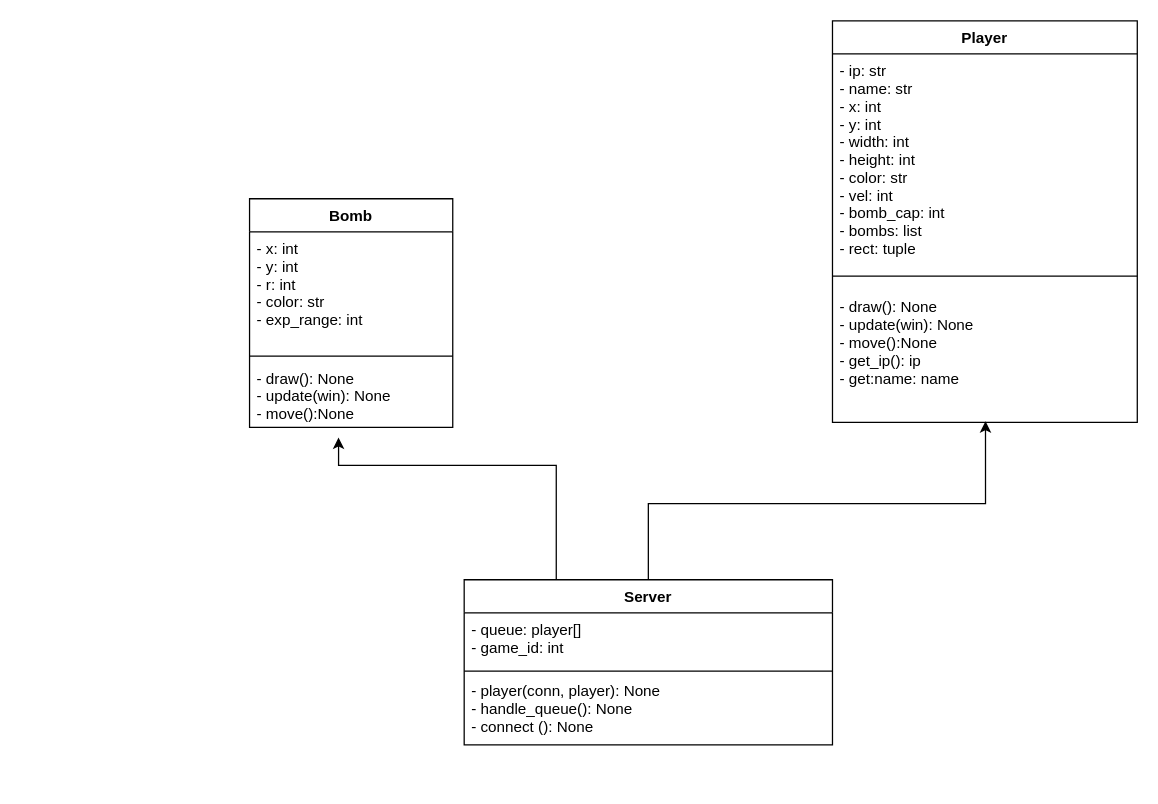
Truntaler/TM-Project keeps this draw.io diagram as .drawio. Above is the earlier version. Source tidied: cells renumbered, new cells numbered last; positions are measured from the earlier drawing's top-left corner, leaving out a move shared by most shapes. Both pictures are drawn from the tidied source at 127%, with x=0, y=0 at pixel (249, 20).
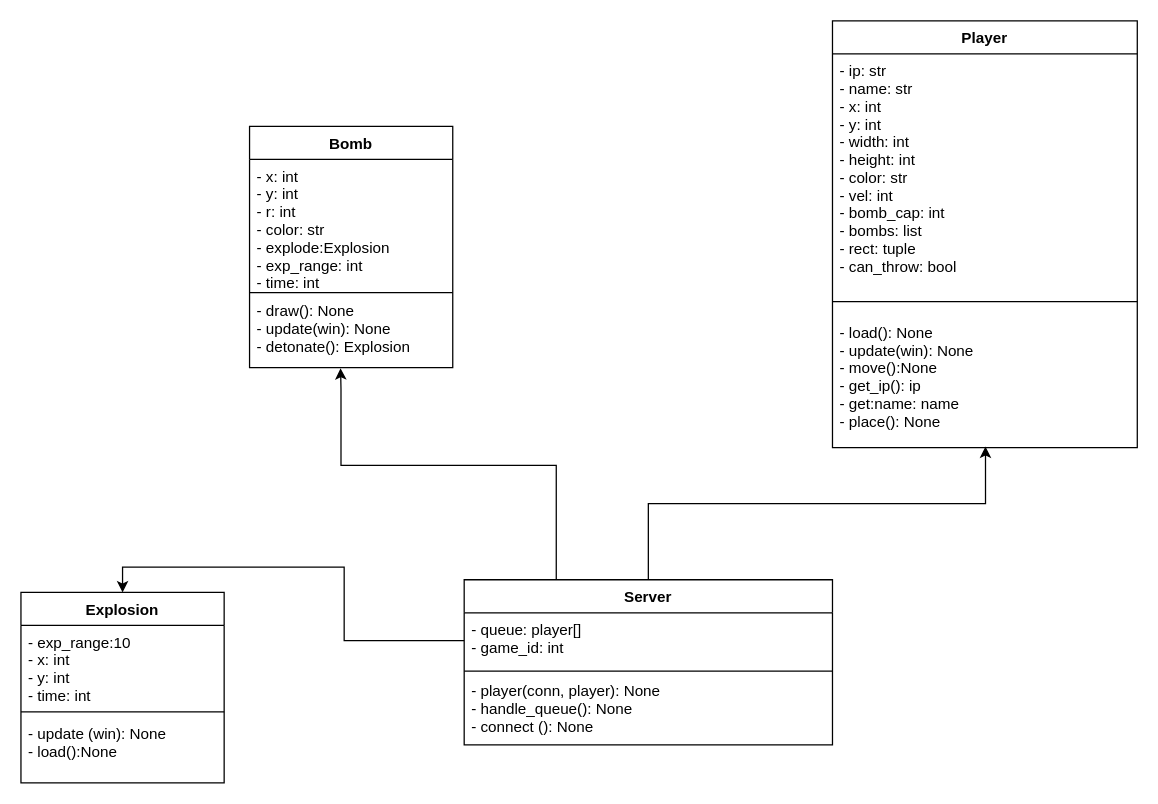
The same page after the edit.

Unchanged cells that the change refers to:
```xml
<mxCell id="4" value="Server" style="swimlane;fontStyle=1;align=center;verticalAlign=top;horizontal=1;startSize=26;" parent="1" vertex="1">
  <mxGeometry x="169" y="440" width="290" height="130" as="geometry" />
</mxCell>
<mxCell id="5" value="- queue: player[]&#10;- game_id: int" style="text;strokeColor=none;fillColor=none;align=left;verticalAlign=top;spacingLeft=4;spacingRight=4;overflow=hidden;points=[[0,0.5],[1,0.5]];portConstraint=eastwest;" parent="4" vertex="1">
  <mxGeometry y="26" width="290" height="44" as="geometry" />
</mxCell>
```

The edit, as a diff of the source:
```diff
@@
-    <mxCell id="3" style="edgeStyle=orthogonalEdgeStyle;rounded=0;jettySize=auto;html=1;exitX=0.25;exitY=0;exitDx=0;exitDy=0;entryX=0.438;entryY=1.154;entryDx=0;entryDy=0;entryPerimeter=0;" parent="1" edge="1" source="4" target="16">
+    <mxCell id="3" style="edgeStyle=orthogonalEdgeStyle;rounded=0;jettySize=auto;html=1;exitX=0.25;exitY=0;exitDx=0;exitDy=0;entryX=0.448;entryY=1.008;entryDx=0;entryDy=0;entryPerimeter=0;" parent="1" edge="1" source="4" target="16">
       <mxGeometry relative="1" as="geometry">
         <Array as="points">
           <mxPoint x="242" y="350" />
-          <mxPoint x="70" y="350" />
+          <mxPoint x="72" y="350" />
+          <mxPoint x="72" y="290" />
         </Array>
       </mxGeometry>
     </mxCell>
@@
     <mxCell id="9" value="Player" style="swimlane;fontStyle=1;align=center;verticalAlign=top;horizontal=1;startSize=26;" parent="1" vertex="1">
-      <mxGeometry x="459" width="240" height="316" as="geometry" />
+      <mxGeometry x="459" width="240" height="336" as="geometry" />
     </mxCell>
-    <mxCell id="10" value="- ip: str&#10;- name: str &#10;- x: int&#10;- y: int&#10;- width: int&#10;- height: int&#10;- color: str&#10;- vel: int&#10;- bomb_cap: int&#10;- bombs: list&#10;- rect: tuple&#10;&#10;&#10;" style="text;strokeColor=none;fillColor=none;align=left;verticalAlign=top;spacingLeft=4;spacingRight=4;overflow=hidden;" parent="9" vertex="1">
-      <mxGeometry y="26" width="240" height="164" as="geometry" />
+    <mxCell id="10" value="- ip: str&#10;- name: str &#10;- x: int&#10;- y: int&#10;- width: int&#10;- height: int&#10;- color: str&#10;- vel: int&#10;- bomb_cap: int&#10;- bombs: list&#10;- rect: tuple&#10;- can_throw: bool&#10;&#10;" style="text;strokeColor=none;fillColor=none;align=left;verticalAlign=top;spacingLeft=4;spacingRight=4;overflow=hidden;" parent="9" vertex="1">
+      <mxGeometry y="26" width="240" height="184" as="geometry" />
     </mxCell>
     <mxCell id="11" style="line;strokeWidth=1;fillColor=none;align=left;verticalAlign=middle;spacingTop=-1;spacingLeft=3;spacingRight=3;labelPosition=right;" parent="9" vertex="1">
-      <mxGeometry y="190" width="240" height="22" as="geometry" />
+      <mxGeometry y="210" width="240" height="22" as="geometry" />
     </mxCell>
-    <mxCell id="12" value="- draw(): None&#10;- update(win): None&#10;- move():None&#10;- get_ip(): ip&#10;- get:name: name" style="text;strokeColor=none;fillColor=none;align=left;verticalAlign=top;spacingLeft=4;spacingRight=4;overflow=hidden;points=[[0,0.5],[1,0.5]];portConstraint=eastwest;" parent="9" vertex="1">
-      <mxGeometry y="212" width="240" height="104" as="geometry" />
+    <mxCell id="12" value="- load(): None&#10;- update(win): None&#10;- move():None&#10;- get_ip(): ip&#10;- get:name: name&#10;- place(): None" style="text;strokeColor=none;fillColor=none;align=left;verticalAlign=top;spacingLeft=4;spacingRight=4;overflow=hidden;points=[[0,0.5],[1,0.5]];portConstraint=eastwest;" parent="9" vertex="1">
+      <mxGeometry y="232" width="240" height="104" as="geometry" />
     </mxCell>
     <mxCell id="13" value="Bomb" style="swimlane;fontStyle=1;align=center;verticalAlign=top;horizontal=1;startSize=26;" parent="1" vertex="1">
-      <mxGeometry y="140" width="160" height="180" as="geometry" />
+      <mxGeometry y="83" width="160" height="190" as="geometry" />
     </mxCell>
-    <mxCell id="14" value="- x: int&#10;- y: int&#10;- r: int&#10;- color: str&#10;- exp_range: int&#10;&#10;" style="text;strokeColor=none;fillColor=none;align=left;verticalAlign=top;spacingLeft=4;spacingRight=4;overflow=hidden;" parent="13" vertex="1">
-      <mxGeometry y="26" width="160" height="94" as="geometry" />
+    <mxCell id="14" value="- x: int&#10;- y: int&#10;- r: int&#10;- color: str&#10;- explode:Explosion&#10;- exp_range: int&#10;- time: int" style="text;strokeColor=none;fillColor=none;align=left;verticalAlign=top;spacingLeft=4;spacingRight=4;overflow=hidden;" parent="13" vertex="1">
+      <mxGeometry y="26" width="160" height="104" as="geometry" />
     </mxCell>
     <mxCell id="15" style="line;strokeWidth=1;fillColor=none;align=left;verticalAlign=middle;spacingTop=-1;spacingLeft=3;spacingRight=3;labelPosition=right;" parent="13" vertex="1">
-      <mxGeometry y="120" width="160" height="8" as="geometry" />
+      <mxGeometry y="130" width="160" height="2" as="geometry" />
     </mxCell>
-    <mxCell id="16" value="- draw(): None&#10;- update(win): None&#10;- move():None" style="text;strokeColor=none;fillColor=none;align=left;verticalAlign=top;spacingLeft=4;spacingRight=4;overflow=hidden;points=[[0,0.5],[1,0.5]];portConstraint=eastwest;" parent="13" vertex="1">
-      <mxGeometry y="128" width="160" height="52" as="geometry" />
+    <mxCell id="16" value="- draw(): None&#10;- update(win): None&#10;- detonate(): Explosion" style="text;strokeColor=none;fillColor=none;align=left;verticalAlign=top;spacingLeft=4;spacingRight=4;overflow=hidden;points=[[0,0.5],[1,0.5]];portConstraint=eastwest;" parent="13" vertex="1">
+      <mxGeometry y="132" width="160" height="58" as="geometry" />
     </mxCell>
+    <mxCell id="17" value="Explosion" style="swimlane;fontStyle=1;align=center;verticalAlign=top;horizontal=1;startSize=26;" parent="1" vertex="1">
+      <mxGeometry x="-180" y="450" width="160" height="150" as="geometry" />
+    </mxCell>
+    <mxCell id="18" value="- exp_range:10 &#10;- x: int&#10;- y: int&#10;- time: int" style="text;strokeColor=none;fillColor=none;align=left;verticalAlign=top;spacingLeft=4;spacingRight=4;overflow=hidden;" parent="17" vertex="1">
+      <mxGeometry y="26" width="160" height="64" as="geometry" />
+    </mxCell>
+    <mxCell id="19" style="line;strokeWidth=1;fillColor=none;align=left;verticalAlign=middle;spacingTop=-1;spacingLeft=3;spacingRight=3;labelPosition=right;" parent="17" vertex="1">
+      <mxGeometry y="90" width="160" height="8" as="geometry" />
+    </mxCell>
+    <mxCell id="20" value="- update (win): None&#10;- load():None" style="text;strokeColor=none;fillColor=none;align=left;verticalAlign=top;spacingLeft=4;spacingRight=4;overflow=hidden;" parent="17" vertex="1">
+      <mxGeometry y="98" width="160" height="52" as="geometry" />
+    </mxCell>
+    <mxCell id="21" style="edgeStyle=orthogonalEdgeStyle;rounded=0;jettySize=auto;html=1;exitX=0;exitY=0.5;exitDx=0;exitDy=0;entryX=0.5;entryY=0;entryDx=0;entryDy=0;" parent="1" edge="1" source="5" target="17">
+      <mxGeometry relative="1" as="geometry" />
+    </mxCell>
```
